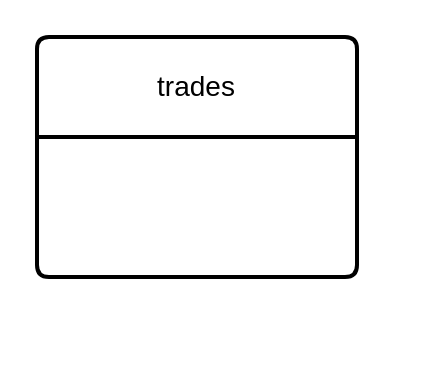
The draw.io diagram tradeio/er/ERD.drawio in xcitta/diagrams, before the edit. Source tidied: cells renumbered, new cells numbered last; positions are measured from the earlier drawing's top-left corner, leaving out a move shared by most shapes. Both pictures are drawn from the tidied source at 200%, with x=0, y=0 at pixel (36, 36).
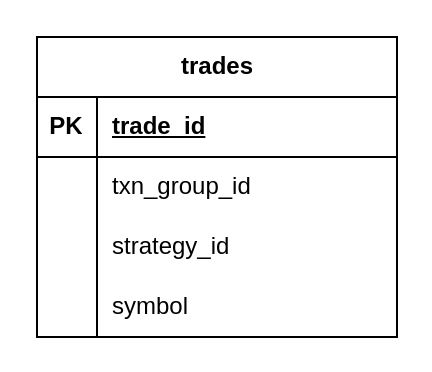
The same page after the edit.

Diff of the diagram source:
```diff
@@
 <mxGraphModel>
   <root>
     <mxCell id="0" />
     <mxCell id="1" parent="0" />
-    <mxCell id="2" value="trades" style="swimlane;horizontal=1;startSize=50;rounded=1;fontSize=14;fontStyle=0;strokeWidth=2;shadow=0;dashed=0;align=center;arcSize=4;whiteSpace=wrap;html=1;" parent="1" vertex="1">
-      <mxGeometry width="160" height="120" as="geometry" />
+    <mxCell id="2" value="trades" style="shape=table;startSize=30;childLayout=tableLayout;rowLines=0;fontStyle=1;align=center;html=1;" parent="1" vertex="1">
+      <mxGeometry width="180" height="150" as="geometry" />
     </mxCell>
+    <mxCell id="3" style="shape=tableRow;horizontal=0;startSize=0;swimlaneHead=0;swimlaneBody=0;fillColor=none;top=0;left=0;right=0;bottom=1;" parent="2" vertex="1">
+      <mxGeometry y="30" width="180" height="30" as="geometry" />
+    </mxCell>
+    <mxCell id="4" value="PK" style="shape=partialRectangle;fillColor=none;top=0;left=0;bottom=0;right=0;fontStyle=1;overflow=hidden;whiteSpace=wrap;html=1;" parent="3" vertex="1">
+      <mxGeometry width="30" height="30" as="geometry" />
+    </mxCell>
+    <mxCell id="5" value="trade_id" style="shape=partialRectangle;fillColor=none;top=0;left=0;bottom=0;right=0;align=left;spacingLeft=6;fontStyle=5;overflow=hidden;whiteSpace=wrap;html=1;" parent="3" vertex="1">
+      <mxGeometry x="30" width="150" height="30" as="geometry" />
+    </mxCell>
+    <mxCell id="6" style="shape=tableRow;horizontal=0;startSize=0;swimlaneHead=0;swimlaneBody=0;fillColor=none;top=0;left=0;right=0;bottom=0;" parent="2" vertex="1">
+      <mxGeometry y="60" width="180" height="30" as="geometry" />
+    </mxCell>
+    <mxCell id="7" style="shape=partialRectangle;fillColor=none;top=0;left=0;bottom=0;right=0;overflow=hidden;whiteSpace=wrap;html=1;" parent="6" vertex="1">
+      <mxGeometry width="30" height="30" as="geometry" />
+    </mxCell>
+    <mxCell id="8" value="txn_group_id" style="shape=partialRectangle;fillColor=none;top=0;left=0;bottom=0;right=0;align=left;spacingLeft=6;overflow=hidden;whiteSpace=wrap;html=1;" parent="6" vertex="1">
+      <mxGeometry x="30" width="150" height="30" as="geometry" />
+    </mxCell>
+    <mxCell id="9" style="shape=tableRow;horizontal=0;startSize=0;swimlaneHead=0;swimlaneBody=0;fillColor=none;top=0;left=0;right=0;bottom=0;" parent="2" vertex="1">
+      <mxGeometry y="90" width="180" height="30" as="geometry" />
+    </mxCell>
+    <mxCell id="10" style="shape=partialRectangle;fillColor=none;top=0;left=0;bottom=0;right=0;overflow=hidden;whiteSpace=wrap;html=1;" parent="9" vertex="1">
+      <mxGeometry width="30" height="30" as="geometry" />
+    </mxCell>
+    <mxCell id="11" value="strategy_id" style="shape=partialRectangle;fillColor=none;top=0;left=0;bottom=0;right=0;align=left;spacingLeft=6;overflow=hidden;whiteSpace=wrap;html=1;" parent="9" vertex="1">
+      <mxGeometry x="30" width="150" height="30" as="geometry" />
+    </mxCell>
+    <mxCell id="12" style="shape=tableRow;horizontal=0;startSize=0;swimlaneHead=0;swimlaneBody=0;fillColor=none;top=0;left=0;right=0;bottom=0;" parent="2" vertex="1">
+      <mxGeometry y="120" width="180" height="30" as="geometry" />
+    </mxCell>
+    <mxCell id="13" style="shape=partialRectangle;fillColor=none;top=0;left=0;bottom=0;right=0;overflow=hidden;whiteSpace=wrap;html=1;" parent="12" vertex="1">
+      <mxGeometry width="30" height="30" as="geometry" />
+    </mxCell>
+    <mxCell id="14" value="symbol" style="shape=partialRectangle;fillColor=none;top=0;left=0;bottom=0;right=0;align=left;spacingLeft=6;overflow=hidden;whiteSpace=wrap;html=1;" parent="12" vertex="1">
+      <mxGeometry x="30" width="150" height="30" as="geometry" />
+    </mxCell>
   </root>
 </mxGraphModel>
```
